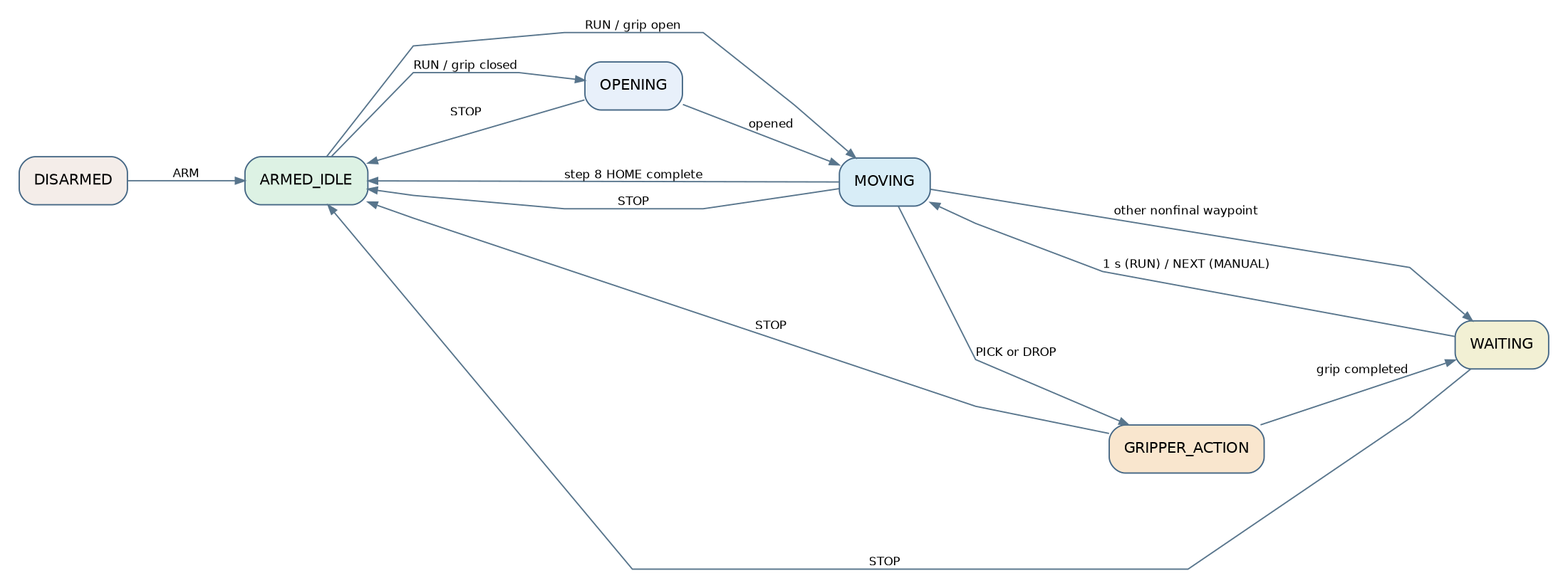
SniAssia/Sorting_arm_project keeps this Graphviz diagram as docs/diagrams/arduino_fsm.png. Above is the earlier version. Its source is kept beside it as docs/diagrams/arduino_fsm.dot. Source of this version:
```dot
digraph Arm {
 graph [rankdir=LR, bgcolor="white", splines=polyline, nodesep=0.6, ranksep=0.95, pad=0.2, fontname="DejaVu Sans"];
 node [shape=box, style="rounded,filled", fillcolor="#E8F0FA", color="#456785", fontsize=11, fontname="DejaVu Sans", margin="0.15,0.12"];
 edge [color="#58758C", fontsize=9, arrowsize=0.7, fontname="DejaVu Sans"];
 DISARMED [fillcolor="#F4EDE9"];
 ARMED_IDLE [fillcolor="#DDF2E4"];
 MOVING [fillcolor="#D8EDF7"];
 GRIPPER_ACTION [fillcolor="#F9E6CE"];
 WAITING [fillcolor="#F2F0D4"];
 DISARMED -> ARMED_IDLE [label="ARM"];
 ARMED_IDLE -> OPENING [label="RUN / grip closed"];
 ARMED_IDLE -> MOVING [label="RUN / grip open"];
 OPENING -> MOVING [label="opened"];
 MOVING -> GRIPPER_ACTION [label="PICK or DROP"];
 MOVING -> WAITING [label="other nonfinal waypoint"];
 GRIPPER_ACTION -> WAITING [label="grip completed"];
 WAITING -> MOVING [label="1 s (RUN) / NEXT (MANUAL)"];
 MOVING -> ARMED_IDLE [label="step 8 HOME complete"];
 MOVING -> ARMED_IDLE [label="STOP"];
 GRIPPER_ACTION -> ARMED_IDLE [label="STOP"];
 WAITING -> ARMED_IDLE [label="STOP"];
 OPENING -> ARMED_IDLE [label="STOP"];
}
```
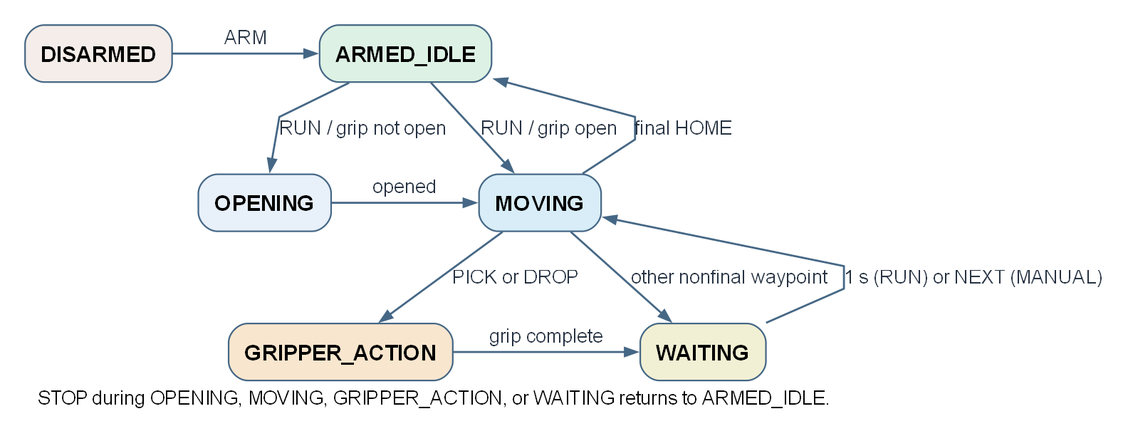
After the change.

Change to the diagram source:
```diff
@@ -1,23 +1,30 @@
 digraph Arm {
- graph [rankdir=LR, bgcolor="white", splines=polyline, nodesep=0.6, ranksep=0.95, pad=0.2, fontname="DejaVu Sans"];
- node [shape=box, style="rounded,filled", fillcolor="#E8F0FA", color="#456785", fontsize=11, fontname="DejaVu Sans", margin="0.15,0.12"];
- edge [color="#58758C", fontsize=9, arrowsize=0.7, fontname="DejaVu Sans"];
- DISARMED [fillcolor="#F4EDE9"];
- ARMED_IDLE [fillcolor="#DDF2E4"];
- MOVING [fillcolor="#D8EDF7"];
- GRIPPER_ACTION [fillcolor="#F9E6CE"];
- WAITING [fillcolor="#F2F0D4"];
- DISARMED -> ARMED_IDLE [label="ARM"];
- ARMED_IDLE -> OPENING [label="RUN / grip closed"];
- ARMED_IDLE -> MOVING [label="RUN / grip open"];
- OPENING -> MOVING [label="opened"];
- MOVING -> GRIPPER_ACTION [label="PICK or DROP"];
- MOVING -> WAITING [label="other nonfinal waypoint"];
- GRIPPER_ACTION -> WAITING [label="grip completed"];
- WAITING -> MOVING [label="1 s (RUN) / NEXT (MANUAL)"];
- MOVING -> ARMED_IDLE [label="step 8 HOME complete"];
- MOVING -> ARMED_IDLE [label="STOP"];
- GRIPPER_ACTION -> ARMED_IDLE [label="STOP"];
- WAITING -> ARMED_IDLE [label="STOP"];
- OPENING -> ARMED_IDLE [label="STOP"];
+  graph [rankdir=TB, bgcolor="white", splines=polyline, nodesep=0.65,
+         ranksep=0.60, pad=0.22, fontname="Arial", dpi=160,
+         labelloc=b, labeljust=l, fontsize=12,
+         label="STOP during OPENING, MOVING, GRIPPER_ACTION, or WAITING returns to ARMED_IDLE."];
+  node [shape=box, style="rounded,filled", fillcolor="#E8F0FA",
+        color="#456785", fontsize=14, fontname="Arial Bold", margin="0.14,0.11"];
+  edge [color="#456785", fontcolor="#263242", fontsize=12, fontname="Arial",
+        arrowsize=0.74, penwidth=1.25];
+
+  DISARMED [fillcolor="#F4EDE9"];
+  ARMED_IDLE [fillcolor="#DDF2E4"];
+  MOVING [fillcolor="#D8EDF7"];
+  GRIPPER_ACTION [fillcolor="#F9E6CE"];
+  WAITING [fillcolor="#F2F0D4"];
+
+  {rank=same; DISARMED; ARMED_IDLE;}
+  {rank=same; OPENING; MOVING;}
+  {rank=same; GRIPPER_ACTION; WAITING;}
+
+  DISARMED -> ARMED_IDLE [label="ARM"];
+  ARMED_IDLE -> OPENING [label="RUN / grip not open"];
+  ARMED_IDLE -> MOVING [label="RUN / grip open"];
+  OPENING -> MOVING [label="opened"];
+  MOVING -> GRIPPER_ACTION [label="PICK or DROP"];
+  MOVING -> WAITING [label="other nonfinal waypoint"];
+  GRIPPER_ACTION -> WAITING [label="grip complete"];
+  WAITING -> MOVING [label="1 s (RUN) or NEXT (MANUAL)", constraint=false];
+  MOVING -> ARMED_IDLE [label="final HOME", constraint=false];
 }
```
